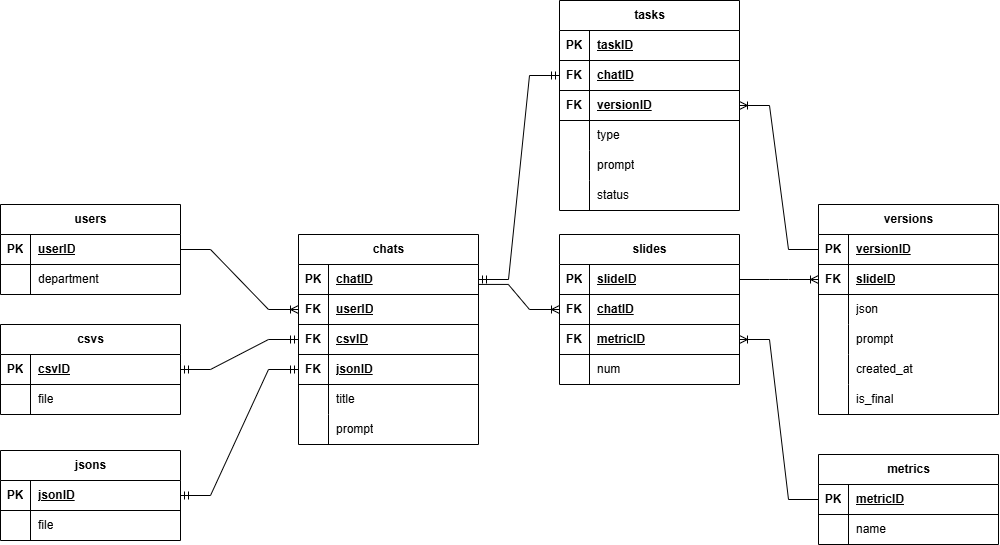
Earlier version of the draw.io export Database Content/schemas/db_schema.png (Sber-Kiwi/Presentation-generation). Source tidied: cells renumbered, new cells last; positions are measured from the earlier drawing's top-left corner, leaving out a move shared by most shapes.
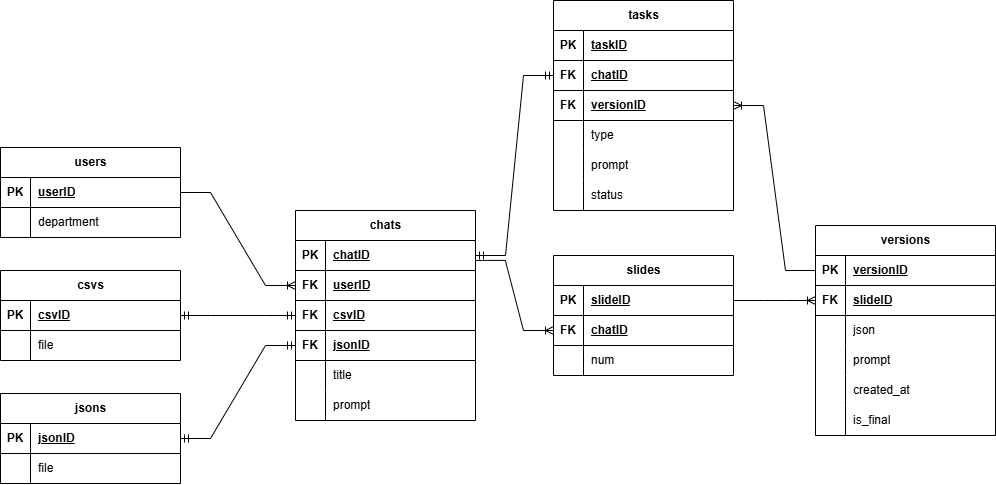
Above is the later version.

Commit message:
убрали таблицу metrics ( эрик ты меня бесишь)

The edit, as a diff of the source:
```diff
@@ -3,7 +3,7 @@
     <mxCell id="0" />
     <mxCell id="1" parent="0" />
     <mxCell id="2" value="chats" style="shape=table;startSize=30;rowLines=0;fontStyle=1;align=center;html=1;" parent="1" vertex="1">
-      <mxGeometry x="298" y="234" width="180" height="210" as="geometry" />
+      <mxGeometry x="303" y="213" width="180" height="210" as="geometry" />
     </mxCell>
     <mxCell id="3" style="shape=tableRow;horizontal=0;startSize=0;swimlaneHead=0;swimlaneBody=0;fillColor=none;points=[[0,0.5],[1,0.5]];portConstraint=eastwest;top=0;left=0;right=0;bottom=1;" parent="2" vertex="1">
       <mxGeometry y="30" width="180" height="30" as="geometry" />
@@ -60,7 +60,7 @@
       <mxGeometry x="30" width="150" height="30" as="geometry" />
     </mxCell>
     <mxCell id="21" value="versions" style="shape=table;startSize=30;rowLines=0;fontStyle=1;align=center;html=1;" parent="1" vertex="1">
-      <mxGeometry x="818" y="204" width="180" height="210" as="geometry" />
+      <mxGeometry x="823" y="228" width="180" height="210" as="geometry" />
     </mxCell>
     <mxCell id="22" style="shape=tableRow;horizontal=0;startSize=0;swimlaneHead=0;swimlaneBody=0;fillColor=none;points=[[0,0.5],[1,0.5]];portConstraint=eastwest;top=0;left=0;right=0;bottom=1;" parent="21" vertex="1">
       <mxGeometry y="30" width="180" height="30" as="geometry" />
@@ -117,7 +117,7 @@
       <mxGeometry x="30" width="150" height="30" as="geometry" />
     </mxCell>
     <mxCell id="40" value="users" style="shape=table;startSize=30;rowLines=0;fontStyle=1;align=center;html=1;" parent="1" vertex="1">
-      <mxGeometry y="204" width="180" height="90" as="geometry" />
+      <mxGeometry x="8" y="150" width="180" height="90" as="geometry" />
     </mxCell>
     <mxCell id="41" style="shape=tableRow;horizontal=0;startSize=0;swimlaneHead=0;swimlaneBody=0;fillColor=none;points=[[0,0.5],[1,0.5]];portConstraint=eastwest;top=0;left=0;right=0;bottom=1;" parent="40" vertex="1">
       <mxGeometry y="30" width="180" height="30" as="geometry" />
@@ -141,7 +141,7 @@
       <mxGeometry relative="1" as="geometry" />
     </mxCell>
     <mxCell id="48" value="slides" style="shape=table;startSize=30;rowLines=0;fontStyle=1;align=center;html=1;" parent="1" vertex="1">
-      <mxGeometry x="559" y="234" width="180" height="150" as="geometry" />
+      <mxGeometry x="561" y="258" width="180" height="120" as="geometry" />
     </mxCell>
     <mxCell id="49" style="shape=tableRow;horizontal=0;startSize=0;swimlaneHead=0;swimlaneBody=0;fillColor=none;points=[[0,0.5],[1,0.5]];portConstraint=eastwest;top=0;left=0;right=0;bottom=1;" parent="48" vertex="1">
       <mxGeometry y="30" width="180" height="30" as="geometry" />
@@ -161,17 +161,8 @@
     <mxCell id="54" value="chatID" style="shape=partialRectangle;fillColor=none;top=0;left=0;bottom=0;right=0;align=left;spacingLeft=6;fontStyle=5;overflow=hidden;whiteSpace=wrap;html=1;" parent="52" vertex="1">
       <mxGeometry x="30" width="150" height="30" as="geometry" />
     </mxCell>
-    <mxCell id="55" style="shape=tableRow;horizontal=0;startSize=0;swimlaneHead=0;swimlaneBody=0;fillColor=none;points=[[0,0.5],[1,0.5]];portConstraint=eastwest;top=0;left=0;right=0;bottom=1;" parent="48" vertex="1">
-      <mxGeometry y="90" width="180" height="30" as="geometry" />
-    </mxCell>
-    <mxCell id="56" value="FK" style="shape=partialRectangle;fillColor=none;top=0;left=0;bottom=0;right=0;fontStyle=1;overflow=hidden;whiteSpace=wrap;html=1;" parent="55" vertex="1">
-      <mxGeometry width="30" height="30" as="geometry" />
-    </mxCell>
-    <mxCell id="57" value="metricID" style="shape=partialRectangle;fillColor=none;top=0;left=0;bottom=0;right=0;align=left;spacingLeft=6;fontStyle=5;overflow=hidden;whiteSpace=wrap;html=1;" parent="55" vertex="1">
-      <mxGeometry x="30" width="150" height="30" as="geometry" />
-    </mxCell>
     <mxCell id="58" style="shape=tableRow;horizontal=0;startSize=0;swimlaneHead=0;swimlaneBody=0;fillColor=none;top=0;left=0;right=0;bottom=0;" parent="48" vertex="1">
-      <mxGeometry y="120" width="180" height="30" as="geometry" />
+      <mxGeometry y="90" width="180" height="30" as="geometry" />
     </mxCell>
     <mxCell id="59" style="shape=partialRectangle;fillColor=none;top=0;left=0;bottom=0;right=0;overflow=hidden;whiteSpace=wrap;html=1;" parent="58" vertex="1">
       <mxGeometry width="30" height="30" as="geometry" />
@@ -183,7 +174,7 @@
       <mxGeometry relative="1" as="geometry" />
     </mxCell>
     <mxCell id="62" value="tasks" style="shape=table;startSize=30;rowLines=0;fontStyle=1;align=center;html=1;" parent="1" vertex="1">
-      <mxGeometry x="559" width="180" height="210" as="geometry" />
+      <mxGeometry x="561" y="3" width="180" height="210" as="geometry" />
     </mxCell>
     <mxCell id="63" style="shape=tableRow;horizontal=0;startSize=0;swimlaneHead=0;swimlaneBody=0;fillColor=none;top=0;left=0;right=0;bottom=1;" parent="62" vertex="1">
       <mxGeometry y="30" width="180" height="30" as="geometry" />
@@ -245,32 +236,8 @@
     <mxCell id="82" style="edgeStyle=entityRelationEdgeStyle;fontSize=12;html=1;endArrow=ERoneToMany;rounded=0;entryX=1;entryY=0.5;entryDx=0;entryDy=0;exitX=0;exitY=0.5;exitDx=0;exitDy=0;" parent="1" edge="1" source="22" target="69">
       <mxGeometry relative="1" as="geometry" />
     </mxCell>
-    <mxCell id="83" value="metrics" style="shape=table;startSize=30;rowLines=0;fontStyle=1;align=center;html=1;" parent="1" vertex="1">
-      <mxGeometry x="818" y="454" width="180" height="90" as="geometry" />
-    </mxCell>
-    <mxCell id="84" style="shape=tableRow;horizontal=0;startSize=0;swimlaneHead=0;swimlaneBody=0;fillColor=none;points=[[0,0.5],[1,0.5]];portConstraint=eastwest;top=0;left=0;right=0;bottom=1;" parent="83" vertex="1">
-      <mxGeometry y="30" width="180" height="30" as="geometry" />
-    </mxCell>
-    <mxCell id="85" value="PK" style="shape=partialRectangle;fillColor=none;top=0;left=0;bottom=0;right=0;fontStyle=1;overflow=hidden;whiteSpace=wrap;html=1;" parent="84" vertex="1">
-      <mxGeometry width="30" height="30" as="geometry" />
-    </mxCell>
-    <mxCell id="86" value="metricID" style="shape=partialRectangle;fillColor=none;top=0;left=0;bottom=0;right=0;align=left;spacingLeft=6;fontStyle=5;overflow=hidden;whiteSpace=wrap;html=1;" parent="84" vertex="1">
-      <mxGeometry x="30" width="150" height="30" as="geometry" />
-    </mxCell>
-    <mxCell id="87" style="shape=tableRow;horizontal=0;startSize=0;swimlaneHead=0;swimlaneBody=0;fillColor=none;top=0;left=0;right=0;bottom=0;" parent="83" vertex="1">
-      <mxGeometry y="60" width="180" height="30" as="geometry" />
-    </mxCell>
-    <mxCell id="88" style="shape=partialRectangle;fillColor=none;top=0;left=0;bottom=0;right=0;overflow=hidden;whiteSpace=wrap;html=1;" parent="87" vertex="1">
-      <mxGeometry width="30" height="30" as="geometry" />
-    </mxCell>
-    <mxCell id="89" value="name" style="shape=partialRectangle;fillColor=none;top=0;left=0;bottom=0;right=0;align=left;spacingLeft=6;overflow=hidden;whiteSpace=wrap;html=1;" parent="87" vertex="1">
-      <mxGeometry x="30" width="150" height="30" as="geometry" />
-    </mxCell>
-    <mxCell id="90" style="edgeStyle=entityRelationEdgeStyle;fontSize=12;html=1;endArrow=ERoneToMany;rounded=0;exitX=0;exitY=0.5;exitDx=0;exitDy=0;entryX=1;entryY=0.5;entryDx=0;entryDy=0;" parent="1" edge="1" source="84" target="55">
-      <mxGeometry relative="1" as="geometry" />
-    </mxCell>
     <mxCell id="91" value="csvs" style="shape=table;startSize=30;rowLines=0;fontStyle=1;align=center;html=1;" parent="1" vertex="1">
-      <mxGeometry y="324" width="180" height="90" as="geometry" />
+      <mxGeometry x="8" y="273" width="180" height="90" as="geometry" />
     </mxCell>
     <mxCell id="92" style="shape=tableRow;horizontal=0;startSize=0;swimlaneHead=0;swimlaneBody=0;fillColor=none;points=[[0,0.5],[1,0.5]];portConstraint=eastwest;top=0;left=0;right=0;bottom=1;" parent="91" vertex="1">
       <mxGeometry y="30" width="180" height="30" as="geometry" />
@@ -291,7 +258,7 @@
       <mxGeometry x="30" width="150" height="30" as="geometry" />
     </mxCell>
     <mxCell id="98" value="jsons" style="shape=table;startSize=30;rowLines=0;fontStyle=1;align=center;html=1;" parent="1" vertex="1">
-      <mxGeometry y="450" width="180" height="90" as="geometry" />
+      <mxGeometry x="8" y="396" width="180" height="90" as="geometry" />
     </mxCell>
     <mxCell id="99" style="shape=tableRow;horizontal=0;startSize=0;swimlaneHead=0;swimlaneBody=0;fillColor=none;points=[[0,0.5],[1,0.5]];portConstraint=eastwest;top=0;left=0;right=0;bottom=1;" parent="98" vertex="1">
       <mxGeometry y="30" width="180" height="30" as="geometry" />
```
